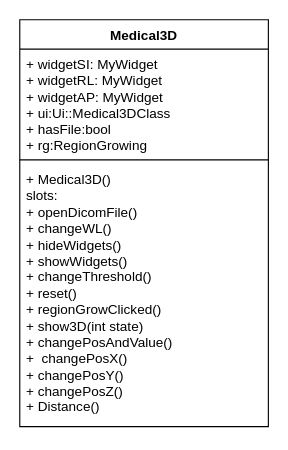
Earlier version of the draw.io diagram medical3D_jiaogou.drawio (Dong-J93/_pictures). Source tidied: cells renumbered, new cells numbered last; positions are measured from the earlier drawing's top-left corner, leaving out a move shared by most shapes. Both pictures are drawn from the tidied source at 113%, with x=0, y=0 at pixel (19, 19).
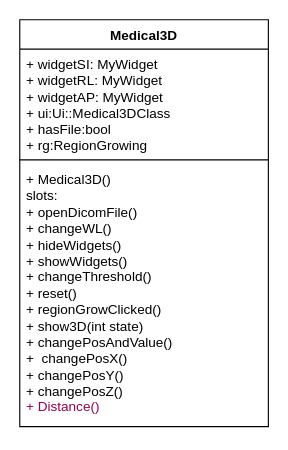
After the change.

Diff of the diagram source:
```diff
@@
 <mxGraphModel>
   <root>
     <mxCell id="0" />
     <mxCell id="1" parent="0" />
     <mxCell id="2" value="Medical3D" style="swimlane;fontStyle=1;align=center;verticalAlign=top;horizontal=1;startSize=26;whiteSpace=wrap;html=1;" parent="1" vertex="1">
       <mxGeometry width="220" height="360" as="geometry" />
     </mxCell>
     <mxCell id="3" value="+ widgetSI: MyWidget&lt;br&gt;+ widgetRL: MyWidget&lt;br&gt;+ widgetAP: MyWidget&lt;br&gt;+ ui:Ui::Medical3DClass&lt;br&gt;+ hasFile:bool&lt;br&gt;+ rg:RegionGrowing" style="text;strokeColor=none;fillColor=none;align=left;verticalAlign=top;spacingLeft=4;spacingRight=4;overflow=hidden;whiteSpace=wrap;html=1;" parent="2" vertex="1">
       <mxGeometry y="26" width="220" height="94" as="geometry" />
     </mxCell>
     <mxCell id="4" style="line;strokeWidth=1;fillColor=none;align=left;verticalAlign=middle;spacingTop=-1;spacingLeft=3;spacingRight=3;labelPosition=right;strokeColor=inherit;" parent="2" vertex="1">
       <mxGeometry y="120" width="220" height="8" as="geometry" />
     </mxCell>
-    <mxCell id="5" value="&lt;span style=&quot;background-color: initial;&quot;&gt;+ Medical3D()&lt;/span&gt;&lt;br&gt;&lt;div&gt;slots:&lt;/div&gt;&lt;div&gt;&lt;span style=&quot;background-color: initial;&quot;&gt;+ openDicomFile()&lt;/span&gt;&lt;br&gt;&lt;/div&gt;&lt;div&gt;+ changeWL()&lt;span style=&quot;&quot;&gt;&lt;/span&gt;&lt;/div&gt;&lt;div&gt;+ hideWidgets()&lt;/div&gt;&lt;div&gt;+ showWidgets()&lt;/div&gt;&lt;div&gt;+ changeThreshold()&lt;/div&gt;&lt;div&gt;+ reset()&lt;/div&gt;&lt;div&gt;+ regionGrowClicked()&lt;/div&gt;&lt;div&gt;+ show3D(int state)&lt;/div&gt;&lt;div&gt;+ changePosAndValue()&lt;/div&gt;&lt;div&gt;+&amp;nbsp; changePosX()&lt;/div&gt;&lt;div&gt;+ changePosY()&lt;/div&gt;&lt;div&gt;+ changePosZ()&lt;/div&gt;&lt;div&gt;+ Distance()&lt;br&gt;&lt;/div&gt;" style="text;strokeColor=none;fillColor=none;align=left;verticalAlign=top;spacingLeft=4;spacingRight=4;overflow=hidden;whiteSpace=wrap;html=1;" parent="2" vertex="1">
+    <mxCell id="5" value="&lt;span style=&quot;background-color: initial;&quot;&gt;+ Medical3D()&lt;/span&gt;&lt;br&gt;&lt;div&gt;slots:&lt;/div&gt;&lt;div&gt;&lt;span style=&quot;background-color: initial;&quot;&gt;+ openDicomFile()&lt;/span&gt;&lt;br&gt;&lt;/div&gt;&lt;div&gt;+ changeWL()&lt;span style=&quot;&quot;&gt;&lt;/span&gt;&lt;/div&gt;&lt;div&gt;+ hideWidgets()&lt;/div&gt;&lt;div&gt;+ showWidgets()&lt;/div&gt;&lt;div&gt;+ changeThreshold()&lt;/div&gt;&lt;div&gt;+ reset()&lt;/div&gt;&lt;div&gt;+ regionGrowClicked()&lt;/div&gt;&lt;div&gt;+ show3D(int state)&lt;/div&gt;&lt;div&gt;+ changePosAndValue()&lt;/div&gt;&lt;div&gt;+&amp;nbsp; changePosX()&lt;/div&gt;&lt;div&gt;+ changePosY()&lt;/div&gt;&lt;div&gt;+ changePosZ()&lt;/div&gt;&lt;div&gt;&lt;font color=&quot;#99004d&quot;&gt;+ Distance()&lt;/font&gt;&lt;br&gt;&lt;/div&gt;" style="text;strokeColor=none;fillColor=none;align=left;verticalAlign=top;spacingLeft=4;spacingRight=4;overflow=hidden;whiteSpace=wrap;html=1;" parent="2" vertex="1">
       <mxGeometry y="128" width="220" height="232" as="geometry" />
     </mxCell>
   </root>
 </mxGraphModel>
```
